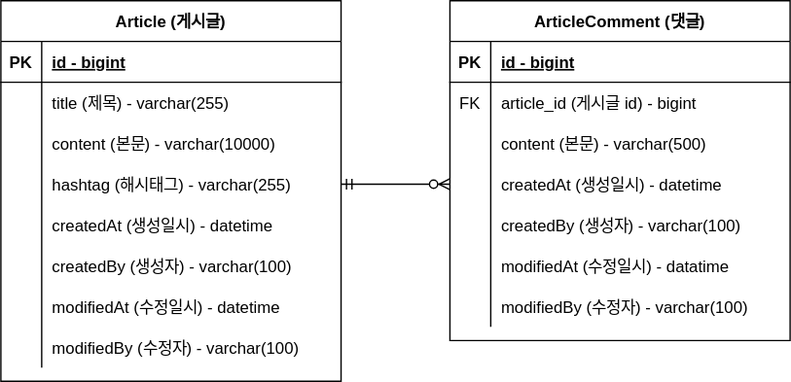
Above: document/project-board-erd.svg in swoox2/fastcampus-project-board (draw.io), before the change. Source tidied: cells renumbered, new cells last; positions are measured from the earlier drawing's top-left corner, leaving out a move shared by most shapes.
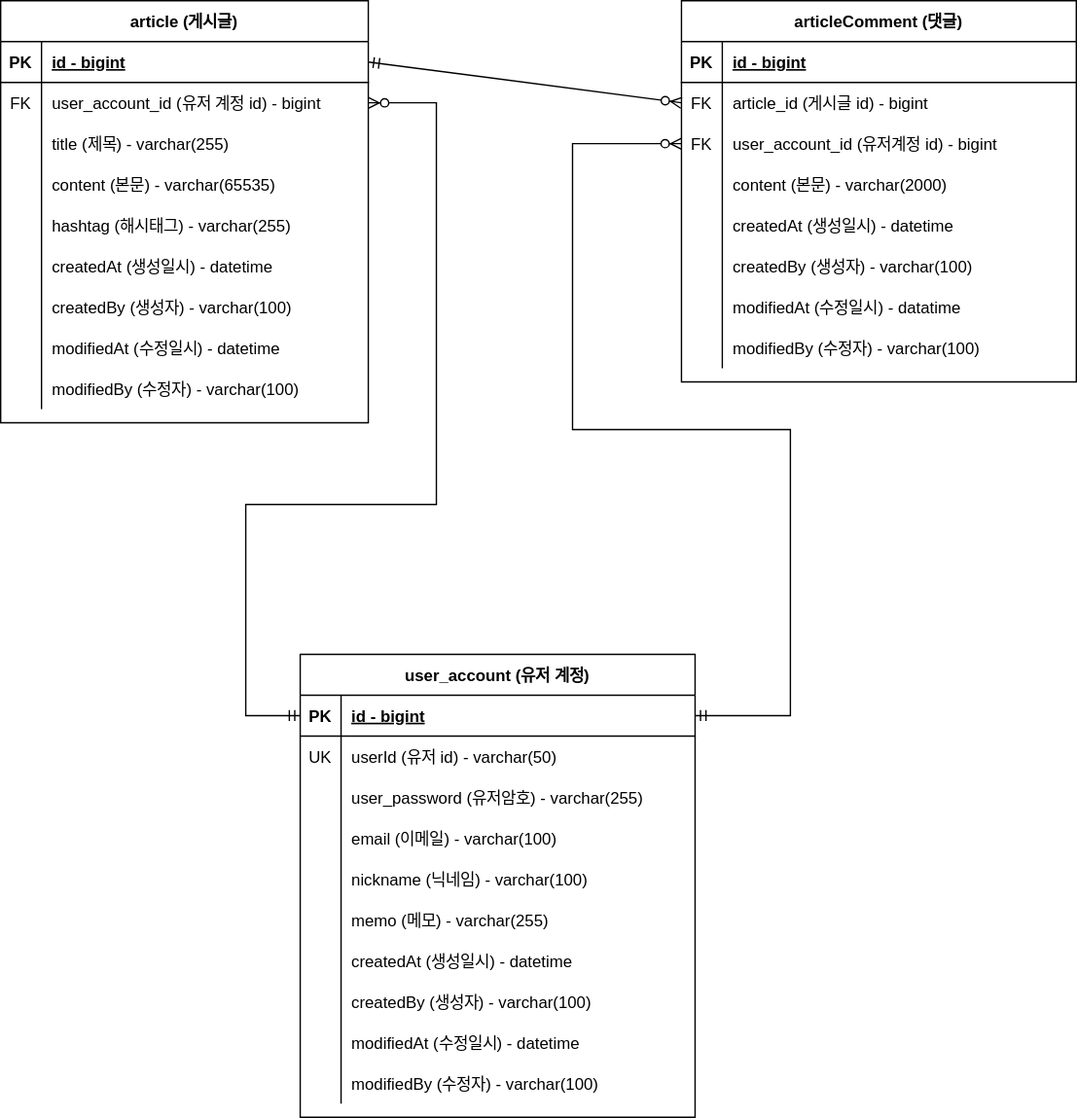
The same file after the commit.

Change to the diagram source:
```diff
@@ -4,7 +4,7 @@
     <mxCell id="1" parent="0" />
-    <mxCell id="2" value="ArticleComment (댓글)" style="shape=table;startSize=30;rowLines=0;fontStyle=1;align=center;" parent="1" vertex="1">
-      <mxGeometry x="330" width="250" height="250" as="geometry" />
+    <mxCell id="2" value="articleComment (댓글)" style="shape=table;startSize=30;rowLines=0;fontStyle=1;align=center;" parent="1" vertex="1">
+      <mxGeometry x="460" y="-130" width="290" height="280" as="geometry" />
     </mxCell>
     <mxCell id="3" style="shape=partialRectangle;fillColor=none;top=0;left=0;right=0;bottom=1;" parent="2" vertex="1">
-      <mxGeometry y="30" width="250" height="30" as="geometry" />
+      <mxGeometry y="30" width="290" height="30" as="geometry" />
     </mxCell>
@@ -14,6 +14,6 @@
     <mxCell id="5" value="id - bigint" style="shape=partialRectangle;overflow=hidden;fillColor=none;top=0;left=0;bottom=0;right=0;align=left;spacingLeft=6;fontStyle=5;" parent="3" vertex="1">
-      <mxGeometry x="30" width="220" height="30" as="geometry" />
+      <mxGeometry x="30" width="260" height="30" as="geometry" />
     </mxCell>
     <mxCell id="6" style="shape=partialRectangle;fillColor=none;points=[[0,0.5],[1,0.5]];portConstraint=eastwest;top=0;left=0;right=0;bottom=0;" parent="2" vertex="1">
-      <mxGeometry y="60" width="250" height="30" as="geometry" />
+      <mxGeometry y="60" width="290" height="30" as="geometry" />
     </mxCell>
@@ -23,6 +23,15 @@
     <mxCell id="8" value="article_id (게시글 id) - bigint" style="shape=partialRectangle;overflow=hidden;fillColor=none;top=0;left=0;bottom=0;right=0;align=left;spacingLeft=6;" parent="6" vertex="1">
-      <mxGeometry x="30" width="220" height="30" as="geometry" />
+      <mxGeometry x="30" width="260" height="30" as="geometry" />
     </mxCell>
+    <mxCell id="50" style="shape=partialRectangle;fillColor=none;points=[[0,0.5],[1,0.5]];portConstraint=eastwest;top=0;left=0;right=0;bottom=0;" parent="2" vertex="1">
+      <mxGeometry y="90" width="290" height="30" as="geometry" />
+    </mxCell>
+    <mxCell id="51" value="FK" style="shape=partialRectangle;overflow=hidden;fillColor=none;top=0;left=0;bottom=0;right=0;" parent="50" vertex="1">
+      <mxGeometry width="30" height="30" as="geometry" />
+    </mxCell>
+    <mxCell id="52" value="user_account_id (유저계정 id) - bigint" style="shape=partialRectangle;overflow=hidden;fillColor=none;top=0;left=0;bottom=0;right=0;align=left;spacingLeft=6;" parent="50" vertex="1">
+      <mxGeometry x="30" width="260" height="30" as="geometry" />
+    </mxCell>
     <mxCell id="9" style="shape=partialRectangle;fillColor=none;top=0;left=0;right=0;bottom=0;" parent="2" vertex="1">
-      <mxGeometry y="90" width="250" height="30" as="geometry" />
+      <mxGeometry y="120" width="290" height="30" as="geometry" />
     </mxCell>
@@ -31,7 +40,7 @@
     </mxCell>
-    <mxCell id="11" value="content (본문) - varchar(500)" style="shape=partialRectangle;overflow=hidden;fillColor=none;top=0;left=0;bottom=0;right=0;align=left;spacingLeft=6;" parent="9" vertex="1">
-      <mxGeometry x="30" width="220" height="30" as="geometry" />
+    <mxCell id="11" value="content (본문) - varchar(2000)" style="shape=partialRectangle;overflow=hidden;fillColor=none;top=0;left=0;bottom=0;right=0;align=left;spacingLeft=6;" parent="9" vertex="1">
+      <mxGeometry x="30" width="260" height="30" as="geometry" />
     </mxCell>
     <mxCell id="12" style="shape=partialRectangle;fillColor=none;points=[[0,0.5],[1,0.5]];portConstraint=eastwest;top=0;left=0;right=0;bottom=0;" parent="2" vertex="1">
-      <mxGeometry y="120" width="250" height="30" as="geometry" />
+      <mxGeometry y="150" width="290" height="30" as="geometry" />
     </mxCell>
@@ -41,6 +50,6 @@
     <mxCell id="14" value="createdAt (생성일시) - datetime" style="shape=partialRectangle;overflow=hidden;fillColor=none;top=0;left=0;bottom=0;right=0;align=left;spacingLeft=6;" parent="12" vertex="1">
-      <mxGeometry x="30" width="220" height="30" as="geometry" />
+      <mxGeometry x="30" width="260" height="30" as="geometry" />
     </mxCell>
     <mxCell id="15" style="shape=partialRectangle;fillColor=none;top=0;left=0;right=0;bottom=0;" parent="2" vertex="1">
-      <mxGeometry y="150" width="250" height="30" as="geometry" />
+      <mxGeometry y="180" width="290" height="30" as="geometry" />
     </mxCell>
@@ -50,6 +59,6 @@
     <mxCell id="17" value="createdBy (생성자) - varchar(100)" style="shape=partialRectangle;overflow=hidden;fillColor=none;top=0;left=0;bottom=0;right=0;align=left;spacingLeft=6;" parent="15" vertex="1">
-      <mxGeometry x="30" width="220" height="30" as="geometry" />
+      <mxGeometry x="30" width="260" height="30" as="geometry" />
     </mxCell>
     <mxCell id="18" style="shape=partialRectangle;fillColor=none;top=0;left=0;right=0;bottom=0;" parent="2" vertex="1">
-      <mxGeometry y="180" width="250" height="30" as="geometry" />
+      <mxGeometry y="210" width="290" height="30" as="geometry" />
     </mxCell>
@@ -59,6 +68,6 @@
     <mxCell id="20" value="modifiedAt (수정일시) - datatime" style="shape=partialRectangle;overflow=hidden;fillColor=none;top=0;left=0;bottom=0;right=0;align=left;spacingLeft=6;" parent="18" vertex="1">
-      <mxGeometry x="30" width="220" height="30" as="geometry" />
+      <mxGeometry x="30" width="260" height="30" as="geometry" />
     </mxCell>
     <mxCell id="21" style="shape=partialRectangle;fillColor=none;top=0;left=0;right=0;bottom=0;" parent="2" vertex="1">
-      <mxGeometry y="210" width="250" height="30" as="geometry" />
+      <mxGeometry y="240" width="290" height="30" as="geometry" />
     </mxCell>
@@ -68,9 +77,9 @@
     <mxCell id="23" value="modifiedBy (수정자) - varchar(100)" style="shape=partialRectangle;overflow=hidden;fillColor=none;top=0;left=0;bottom=0;right=0;align=left;spacingLeft=6;" parent="21" vertex="1">
-      <mxGeometry x="30" width="220" height="30" as="geometry" />
+      <mxGeometry x="30" width="260" height="30" as="geometry" />
     </mxCell>
-    <mxCell id="24" value="Article (게시글)" style="shape=table;startSize=30;rowLines=0;fontStyle=1;align=center;" parent="1" vertex="1">
-      <mxGeometry width="250" height="280" as="geometry" />
+    <mxCell id="24" value="article (게시글)" style="shape=table;startSize=30;rowLines=0;fontStyle=1;align=center;" parent="1" vertex="1">
+      <mxGeometry x="-40" y="-130" width="270" height="310" as="geometry" />
     </mxCell>
     <mxCell id="25" style="shape=partialRectangle;fillColor=none;points=[[0,0.5],[1,0.5]];portConstraint=eastwest;top=0;left=0;right=0;bottom=1;" parent="24" vertex="1">
-      <mxGeometry y="30" width="250" height="30" as="geometry" />
+      <mxGeometry y="30" width="270" height="30" as="geometry" />
     </mxCell>
@@ -80,15 +89,24 @@
     <mxCell id="27" value="id - bigint" style="shape=partialRectangle;overflow=hidden;fillColor=none;top=0;left=0;bottom=0;right=0;align=left;spacingLeft=6;fontStyle=5;" parent="25" vertex="1">
-      <mxGeometry x="30" width="220" height="30" as="geometry" />
+      <mxGeometry x="30" width="240" height="30" as="geometry" />
     </mxCell>
     <mxCell id="28" style="shape=partialRectangle;fillColor=none;points=[[0,0.5],[1,0.5]];portConstraint=eastwest;top=0;left=0;right=0;bottom=0;" parent="24" vertex="1">
-      <mxGeometry y="60" width="250" height="30" as="geometry" />
+      <mxGeometry y="60" width="270" height="30" as="geometry" />
     </mxCell>
-    <mxCell id="29" style="shape=partialRectangle;overflow=hidden;fillColor=none;top=0;left=0;bottom=0;right=0;" parent="28" vertex="1">
+    <mxCell id="29" value="FK" style="shape=partialRectangle;overflow=hidden;fillColor=none;top=0;left=0;bottom=0;right=0;" parent="28" vertex="1">
       <mxGeometry width="30" height="30" as="geometry" />
     </mxCell>
-    <mxCell id="30" value="title (제목) - varchar(255)" style="shape=partialRectangle;overflow=hidden;fillColor=none;top=0;left=0;bottom=0;right=0;align=left;spacingLeft=6;" parent="28" vertex="1">
-      <mxGeometry x="30" width="220" height="30" as="geometry" />
+    <mxCell id="30" value="user_account_id (유저 계정 id) - bigint" style="shape=partialRectangle;overflow=hidden;fillColor=none;top=0;left=0;bottom=0;right=0;align=left;spacingLeft=6;" parent="28" vertex="1">
+      <mxGeometry x="30" width="240" height="30" as="geometry" />
     </mxCell>
+    <mxCell id="53" style="shape=partialRectangle;fillColor=none;top=0;left=0;right=0;bottom=0;" parent="24" vertex="1">
+      <mxGeometry y="90" width="270" height="30" as="geometry" />
+    </mxCell>
+    <mxCell id="54" style="shape=partialRectangle;overflow=hidden;fillColor=none;top=0;left=0;bottom=0;right=0;" parent="53" vertex="1">
+      <mxGeometry width="30" height="30" as="geometry" />
+    </mxCell>
+    <mxCell id="55" value="title (제목) - varchar(255)" style="shape=partialRectangle;overflow=hidden;fillColor=none;top=0;left=0;bottom=0;right=0;align=left;spacingLeft=6;" parent="53" vertex="1">
+      <mxGeometry x="30" width="240" height="30" as="geometry" />
+    </mxCell>
     <mxCell id="31" style="shape=partialRectangle;fillColor=none;top=0;left=0;right=0;bottom=0;" parent="24" vertex="1">
-      <mxGeometry y="90" width="250" height="30" as="geometry" />
+      <mxGeometry y="120" width="270" height="30" as="geometry" />
     </mxCell>
@@ -97,7 +115,7 @@
     </mxCell>
-    <mxCell id="33" value="content (본문) - varchar(10000)" style="shape=partialRectangle;overflow=hidden;fillColor=none;top=0;left=0;bottom=0;right=0;align=left;spacingLeft=6;" parent="31" vertex="1">
-      <mxGeometry x="30" width="220" height="30" as="geometry" />
+    <mxCell id="33" value="content (본문) - varchar(65535)" style="shape=partialRectangle;overflow=hidden;fillColor=none;top=0;left=0;bottom=0;right=0;align=left;spacingLeft=6;" parent="31" vertex="1">
+      <mxGeometry x="30" width="240" height="30" as="geometry" />
     </mxCell>
     <mxCell id="34" style="shape=partialRectangle;fillColor=none;points=[[0,0.5],[1,0.5]];portConstraint=eastwest;top=0;left=0;right=0;bottom=0;" parent="24" vertex="1">
-      <mxGeometry y="120" width="250" height="30" as="geometry" />
+      <mxGeometry y="150" width="270" height="30" as="geometry" />
     </mxCell>
@@ -107,6 +125,6 @@
     <mxCell id="36" value="hashtag (해시태그) - varchar(255)" style="shape=partialRectangle;overflow=hidden;fillColor=none;top=0;left=0;bottom=0;right=0;align=left;spacingLeft=6;" parent="34" vertex="1">
-      <mxGeometry x="30" width="220" height="30" as="geometry" />
+      <mxGeometry x="30" width="240" height="30" as="geometry" />
     </mxCell>
     <mxCell id="37" style="shape=partialRectangle;fillColor=none;top=0;left=0;right=0;bottom=0;" parent="24" vertex="1">
-      <mxGeometry y="150" width="250" height="30" as="geometry" />
+      <mxGeometry y="180" width="270" height="30" as="geometry" />
     </mxCell>
@@ -116,6 +134,6 @@
     <mxCell id="39" value="createdAt (생성일시) - datetime" style="shape=partialRectangle;overflow=hidden;fillColor=none;top=0;left=0;bottom=0;right=0;align=left;spacingLeft=6;" parent="37" vertex="1">
-      <mxGeometry x="30" width="220" height="30" as="geometry" />
+      <mxGeometry x="30" width="240" height="30" as="geometry" />
     </mxCell>
     <mxCell id="40" style="shape=partialRectangle;fillColor=none;top=0;left=0;right=0;bottom=0;" parent="24" vertex="1">
-      <mxGeometry y="180" width="250" height="30" as="geometry" />
+      <mxGeometry y="210" width="270" height="30" as="geometry" />
     </mxCell>
@@ -125,6 +143,6 @@
     <mxCell id="42" value="createdBy (생성자) - varchar(100)" style="shape=partialRectangle;overflow=hidden;fillColor=none;top=0;left=0;bottom=0;right=0;align=left;spacingLeft=6;" parent="40" vertex="1">
-      <mxGeometry x="30" width="220" height="30" as="geometry" />
+      <mxGeometry x="30" width="240" height="30" as="geometry" />
     </mxCell>
     <mxCell id="43" style="shape=partialRectangle;fillColor=none;top=0;left=0;right=0;bottom=0;" parent="24" vertex="1">
-      <mxGeometry y="210" width="250" height="30" as="geometry" />
+      <mxGeometry y="240" width="270" height="30" as="geometry" />
     </mxCell>
@@ -134,6 +152,6 @@
     <mxCell id="45" value="modifiedAt (수정일시) - datetime" style="shape=partialRectangle;overflow=hidden;fillColor=none;top=0;left=0;bottom=0;right=0;align=left;spacingLeft=6;" parent="43" vertex="1">
-      <mxGeometry x="30" width="220" height="30" as="geometry" />
+      <mxGeometry x="30" width="240" height="30" as="geometry" />
     </mxCell>
     <mxCell id="46" style="shape=partialRectangle;fillColor=none;top=0;left=0;right=0;bottom=0;" parent="24" vertex="1">
-      <mxGeometry y="240" width="250" height="30" as="geometry" />
+      <mxGeometry y="270" width="270" height="30" as="geometry" />
     </mxCell>
@@ -143,7 +161,120 @@
     <mxCell id="48" value="modifiedBy (수정자) - varchar(100)" style="shape=partialRectangle;overflow=hidden;fillColor=none;top=0;left=0;bottom=0;right=0;align=left;spacingLeft=6;" parent="46" vertex="1">
-      <mxGeometry x="30" width="220" height="30" as="geometry" />
+      <mxGeometry x="30" width="240" height="30" as="geometry" />
     </mxCell>
-    <mxCell id="49" style="fontSize=12;html=1;endArrow=ERzeroToMany;startArrow=ERmandOne;rounded=0;exitX=1;exitY=0.5;exitDx=0;exitDy=0;entryX=0;entryY=0.5;entryDx=0;entryDy=0;" parent="1" edge="1" source="34" target="12">
+    <mxCell id="49" style="fontSize=12;html=1;endArrow=ERzeroToMany;startArrow=ERmandOne;rounded=0;exitX=1;exitY=0.5;exitDx=0;exitDy=0;entryX=0;entryY=0.5;entryDx=0;entryDy=0;" parent="1" edge="1" source="25" target="6">
       <mxGeometry relative="1" as="geometry" />
     </mxCell>
+    <mxCell id="56" value="user_account (유저 계정)" style="shape=table;startSize=30;rowLines=0;fontStyle=1;align=center;" parent="1" vertex="1">
+      <mxGeometry x="180" y="350" width="290" height="340" as="geometry" />
+    </mxCell>
+    <mxCell id="57" style="shape=partialRectangle;fillColor=none;points=[[0,0.5],[1,0.5]];portConstraint=eastwest;top=0;left=0;right=0;bottom=1;" parent="56" vertex="1">
+      <mxGeometry y="30" width="290" height="30" as="geometry" />
+    </mxCell>
+    <mxCell id="58" value="PK" style="shape=partialRectangle;overflow=hidden;fillColor=none;top=0;left=0;bottom=0;right=0;fontStyle=1;" parent="57" vertex="1">
+      <mxGeometry width="30" height="30" as="geometry" />
+    </mxCell>
+    <mxCell id="59" value="id - bigint" style="shape=partialRectangle;overflow=hidden;fillColor=none;top=0;left=0;bottom=0;right=0;align=left;spacingLeft=6;fontStyle=5;" parent="57" vertex="1">
+      <mxGeometry x="30" width="260" height="30" as="geometry" />
+    </mxCell>
+    <mxCell id="60" style="shape=partialRectangle;fillColor=none;top=0;left=0;right=0;bottom=0;" parent="56" vertex="1">
+      <mxGeometry y="60" width="290" height="30" as="geometry" />
+    </mxCell>
+    <mxCell id="61" value="UK" style="shape=partialRectangle;overflow=hidden;fillColor=none;top=0;left=0;bottom=0;right=0;" parent="60" vertex="1">
+      <mxGeometry width="30" height="30" as="geometry" />
+    </mxCell>
+    <mxCell id="62" value="userId (유저 id) - varchar(50)" style="shape=partialRectangle;overflow=hidden;fillColor=none;top=0;left=0;bottom=0;right=0;align=left;spacingLeft=6;" parent="60" vertex="1">
+      <mxGeometry x="30" width="260" height="30" as="geometry" />
+    </mxCell>
+    <mxCell id="63" style="shape=partialRectangle;fillColor=none;top=0;left=0;right=0;bottom=0;" parent="56" vertex="1">
+      <mxGeometry y="90" width="290" height="30" as="geometry" />
+    </mxCell>
+    <mxCell id="64" style="shape=partialRectangle;overflow=hidden;fillColor=none;top=0;left=0;bottom=0;right=0;" parent="63" vertex="1">
+      <mxGeometry width="30" height="30" as="geometry" />
+    </mxCell>
+    <mxCell id="65" value="user_password (유저암호) - varchar(255)" style="shape=partialRectangle;overflow=hidden;fillColor=none;top=0;left=0;bottom=0;right=0;align=left;spacingLeft=6;" parent="63" vertex="1">
+      <mxGeometry x="30" width="260" height="30" as="geometry" />
+    </mxCell>
+    <mxCell id="66" style="shape=partialRectangle;fillColor=none;top=0;left=0;right=0;bottom=0;" parent="56" vertex="1">
+      <mxGeometry y="120" width="290" height="30" as="geometry" />
+    </mxCell>
+    <mxCell id="67" style="shape=partialRectangle;overflow=hidden;fillColor=none;top=0;left=0;bottom=0;right=0;" parent="66" vertex="1">
+      <mxGeometry width="30" height="30" as="geometry" />
+    </mxCell>
+    <mxCell id="68" value="email (이메일) - varchar(100)" style="shape=partialRectangle;overflow=hidden;fillColor=none;top=0;left=0;bottom=0;right=0;align=left;spacingLeft=6;" parent="66" vertex="1">
+      <mxGeometry x="30" width="260" height="30" as="geometry" />
+    </mxCell>
+    <mxCell id="69" style="shape=partialRectangle;fillColor=none;top=0;left=0;right=0;bottom=0;" parent="56" vertex="1">
+      <mxGeometry y="150" width="290" height="30" as="geometry" />
+    </mxCell>
+    <mxCell id="70" style="shape=partialRectangle;overflow=hidden;fillColor=none;top=0;left=0;bottom=0;right=0;" parent="69" vertex="1">
+      <mxGeometry width="30" height="30" as="geometry" />
+    </mxCell>
+    <mxCell id="71" value="nickname (닉네임) - varchar(100)" style="shape=partialRectangle;overflow=hidden;fillColor=none;top=0;left=0;bottom=0;right=0;align=left;spacingLeft=6;" parent="69" vertex="1">
+      <mxGeometry x="30" width="260" height="30" as="geometry" />
+    </mxCell>
+    <mxCell id="72" style="shape=partialRectangle;fillColor=none;top=0;left=0;right=0;bottom=0;" parent="56" vertex="1">
+      <mxGeometry y="180" width="290" height="30" as="geometry" />
+    </mxCell>
+    <mxCell id="73" style="shape=partialRectangle;overflow=hidden;fillColor=none;top=0;left=0;bottom=0;right=0;" parent="72" vertex="1">
+      <mxGeometry width="30" height="30" as="geometry" />
+    </mxCell>
+    <mxCell id="74" value="memo (메모) - varchar(255)" style="shape=partialRectangle;overflow=hidden;fillColor=none;top=0;left=0;bottom=0;right=0;align=left;spacingLeft=6;" parent="72" vertex="1">
+      <mxGeometry x="30" width="260" height="30" as="geometry" />
+    </mxCell>
+    <mxCell id="75" style="shape=partialRectangle;fillColor=none;top=0;left=0;right=0;bottom=0;" parent="56" vertex="1">
+      <mxGeometry y="210" width="290" height="30" as="geometry" />
+    </mxCell>
+    <mxCell id="76" style="shape=partialRectangle;overflow=hidden;fillColor=none;top=0;left=0;bottom=0;right=0;" parent="75" vertex="1">
+      <mxGeometry width="30" height="30" as="geometry" />
+    </mxCell>
+    <mxCell id="77" value="createdAt (생성일시) - datetime" style="shape=partialRectangle;overflow=hidden;fillColor=none;top=0;left=0;bottom=0;right=0;align=left;spacingLeft=6;" parent="75" vertex="1">
+      <mxGeometry x="30" width="260" height="30" as="geometry" />
+    </mxCell>
+    <mxCell id="78" style="shape=partialRectangle;fillColor=none;top=0;left=0;right=0;bottom=0;" parent="56" vertex="1">
+      <mxGeometry y="240" width="290" height="30" as="geometry" />
+    </mxCell>
+    <mxCell id="79" style="shape=partialRectangle;overflow=hidden;fillColor=none;top=0;left=0;bottom=0;right=0;" parent="78" vertex="1">
+      <mxGeometry width="30" height="30" as="geometry" />
+    </mxCell>
+    <mxCell id="80" value="createdBy (생성자) - varchar(100)" style="shape=partialRectangle;overflow=hidden;fillColor=none;top=0;left=0;bottom=0;right=0;align=left;spacingLeft=6;" parent="78" vertex="1">
+      <mxGeometry x="30" width="260" height="30" as="geometry" />
+    </mxCell>
+    <mxCell id="81" style="shape=partialRectangle;fillColor=none;top=0;left=0;right=0;bottom=0;" parent="56" vertex="1">
+      <mxGeometry y="270" width="290" height="30" as="geometry" />
+    </mxCell>
+    <mxCell id="82" style="shape=partialRectangle;overflow=hidden;fillColor=none;top=0;left=0;bottom=0;right=0;" parent="81" vertex="1">
+      <mxGeometry width="30" height="30" as="geometry" />
+    </mxCell>
+    <mxCell id="83" value="modifiedAt (수정일시) - datetime" style="shape=partialRectangle;overflow=hidden;fillColor=none;top=0;left=0;bottom=0;right=0;align=left;spacingLeft=6;" parent="81" vertex="1">
+      <mxGeometry x="30" width="260" height="30" as="geometry" />
+    </mxCell>
+    <mxCell id="84" style="shape=partialRectangle;fillColor=none;top=0;left=0;right=0;bottom=0;" parent="56" vertex="1">
+      <mxGeometry y="300" width="290" height="30" as="geometry" />
+    </mxCell>
+    <mxCell id="85" style="shape=partialRectangle;overflow=hidden;fillColor=none;top=0;left=0;bottom=0;right=0;" parent="84" vertex="1">
+      <mxGeometry width="30" height="30" as="geometry" />
+    </mxCell>
+    <mxCell id="86" value="modifiedBy (수정자) - varchar(100)" style="shape=partialRectangle;overflow=hidden;fillColor=none;top=0;left=0;bottom=0;right=0;align=left;spacingLeft=6;" parent="84" vertex="1">
+      <mxGeometry x="30" width="260" height="30" as="geometry" />
+    </mxCell>
+    <mxCell id="87" style="fontSize=12;html=1;endArrow=ERzeroToMany;startArrow=ERmandOne;rounded=0;exitX=0;exitY=0.5;exitDx=0;exitDy=0;entryX=1;entryY=0.5;entryDx=0;entryDy=0;edgeStyle=orthogonalEdgeStyle;" parent="1" edge="1" source="57" target="28">
+      <mxGeometry relative="1" as="geometry">
+        <Array as="points">
+          <mxPoint x="140" y="395" />
+          <mxPoint x="140" y="240" />
+          <mxPoint x="280" y="240" />
+          <mxPoint x="280" y="-55" />
+        </Array>
+      </mxGeometry>
+    </mxCell>
+    <mxCell id="88" style="fontSize=12;html=1;endArrow=ERzeroToMany;startArrow=ERmandOne;rounded=0;exitX=1;exitY=0.5;exitDx=0;exitDy=0;entryX=0;entryY=0.5;entryDx=0;entryDy=0;edgeStyle=orthogonalEdgeStyle;" parent="1" edge="1" source="57" target="50">
+      <mxGeometry relative="1" as="geometry">
+        <Array as="points">
+          <mxPoint x="540" y="395" />
+          <mxPoint x="540" y="185" />
+          <mxPoint x="380" y="185" />
+          <mxPoint x="380" y="-25" />
+        </Array>
+      </mxGeometry>
+    </mxCell>
   </root>
```
